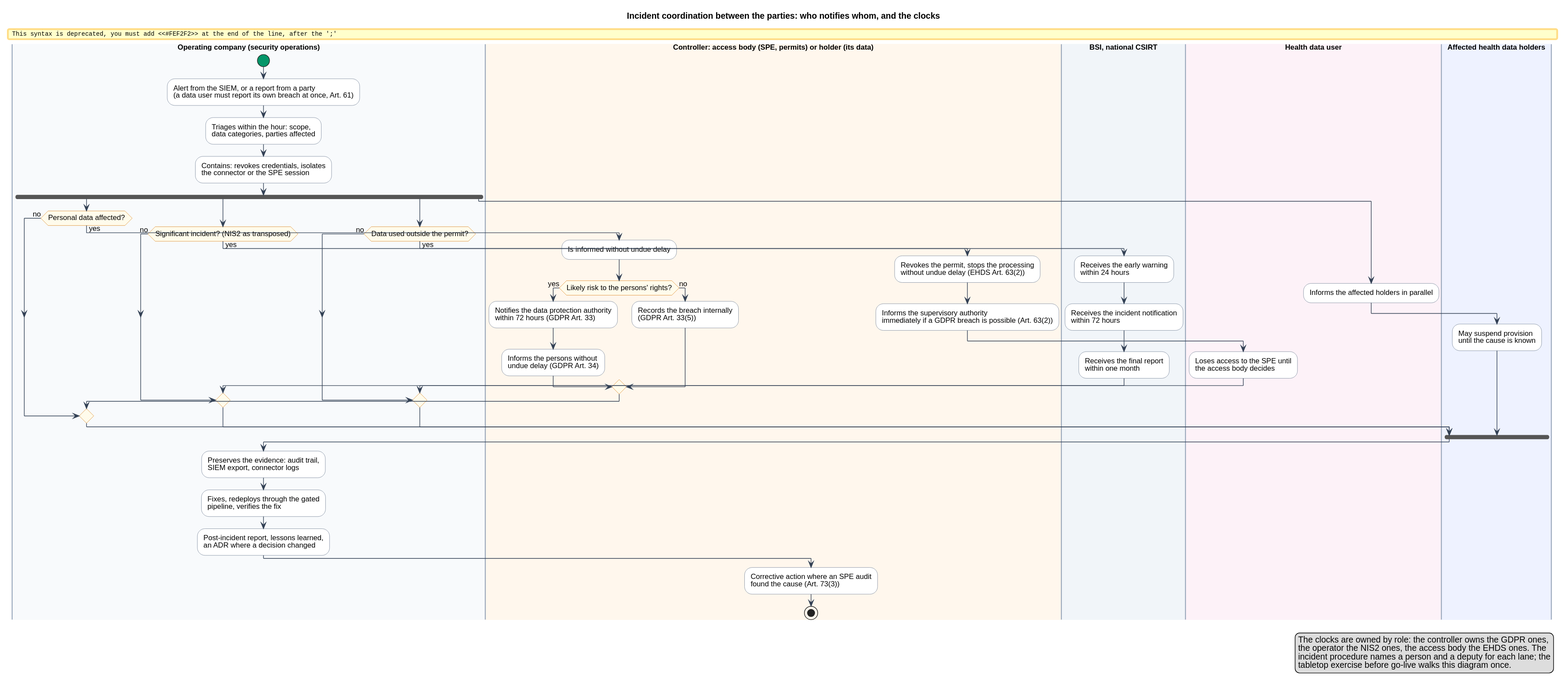
Before: docs/security/img/ehds-incident-coordination.svg, a diagram exported from PlantUML (ma3u/MinimumViableHealthDataspacev2).
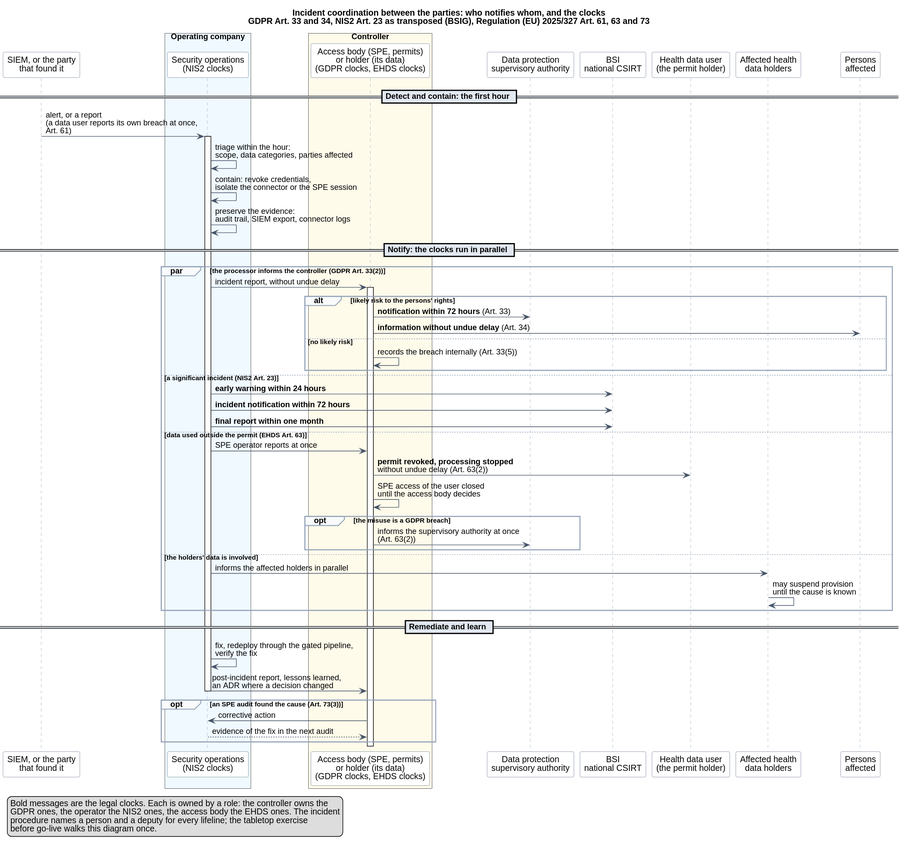
The same diagram one commit later.

Commit message:
docs(security): the incident coordination as a sequence, with the clocks on the messages (#675)

Diff of the diagram source:
```diff
@@ -1,89 +1,79 @@
 @startuml
-title Incident coordination between the parties: who notifies whom, and the clocks
+title Incident coordination between the parties: who notifies whom, and the clocks\nGDPR Art. 33 and 34, NIS2 Art. 23 as transposed (BSIG), Regulation (EU) 2025/327 Art. 61, 63 and 73
+skinparam defaultFontName Helvetica
+skinparam shadowing false
+skinparam sequenceMessageAlign left
+skinparam maxMessageSize 260
+skinparam sequence {
+  ArrowColor #475569
+  LifeLineBorderColor #94A3B8
+  ParticipantBorderColor #64748B
+  ParticipantBackgroundColor #FFFFFF
+  GroupBorderColor #94A3B8
+  GroupBackgroundColor #F8FAFC
+  DividerBackgroundColor #E2E8F0
+}
 
-skinparam shadowing false
-skinparam defaultFontName Helvetica
-skinparam defaultFontSize 12
-skinparam ActivityBackgroundColor #FFFFFF
-skinparam ActivityBorderColor #64748B
-skinparam ActivityDiamondBackgroundColor #FFFBEB
-skinparam ActivityDiamondBorderColor #D97706
-skinparam ActivityStartColor #059669
-skinparam ActivityEndColor #059669
-skinparam ArrowColor #334155
-skinparam SwimlaneTitleFontStyle bold
-skinparam SwimlaneBorderColor #94A3B8
+participant "SIEM, or the party\nthat found it" as SRC
+box "Operating company" #F0F9FF
+  participant "Security operations\n(NIS2 clocks)" as OPS
+end box
+box "Controller" #FFFBEB
+  participant "Access body (SPE, permits)\nor holder (its data)\n(GDPR clocks, EHDS clocks)" as CTRL
+end box
+participant "Data protection\nsupervisory authority" as DPA
+participant "BSI\nnational CSIRT" as CSIRT
+participant "Health data user\n(the permit holder)" as USER
+participant "Affected health\ndata holders" as HOLD
+participant "Persons\naffected" as PERS
 
-|#F8FAFC|Operating company (security operations)|
-start
-:Alert from the SIEM, or a report from a party
-(a data user must report its own breach at once, Art. 61);
-:Triages within the hour: scope,
-data categories, parties affected;
-:Contains: revokes credentials, isolates
-the connector or the SPE session;
-fork
-  if (Personal data affected?) then (yes)
-    |#FFF7ED|Controller: access body (SPE, permits) or holder (its data)|
-    :Is informed without undue delay;
-    if (Likely risk to the persons' rights?) then (yes)
-      #FEF2F2:Notifies the data protection authority
-      within 72 hours (GDPR Art. 33);
-      #FEF2F2:Informs the persons without
-      undue delay (GDPR Art. 34);
-    else (no)
-      :Records the breach internally
-      (GDPR Art. 33(5));
-    endif
-  else (no)
-  endif
-fork again
-  |Operating company (security operations)|
-  if (Significant incident? (NIS2 as transposed)) then (yes)
-    |#F1F5F9|BSI, national CSIRT|
-    #FEF2F2:Receives the early warning
-    within 24 hours;
-    #FEF2F2:Receives the incident notification
-    within 72 hours;
-    #FEF2F2:Receives the final report
-    within one month;
-  else (no)
-  endif
-fork again
-  |Operating company (security operations)|
-  if (Data used outside the permit?) then (yes)
-    |Controller: access body (SPE, permits) or holder (its data)|
-    #FEF2F2:Revokes the permit, stops the processing
-    without undue delay (EHDS Art. 63(2));
-    :Informs the supervisory authority
-    immediately if a GDPR breach is possible (Art. 63(2));
-    |#FDF2F8|Health data user|
-    :Loses access to the SPE until
-    the access body decides;
-  else (no)
-  endif
-fork again
-  :Informs the affected holders in parallel;
-  |#EEF2FF|Affected health data holders|
-  :May suspend provision
-  until the cause is known;
-end fork
-|Operating company (security operations)|
-:Preserves the evidence: audit trail,
-SIEM export, connector logs;
-:Fixes, redeploys through the gated
-pipeline, verifies the fix;
-:Post-incident report, lessons learned,
-an ADR where a decision changed;
-|Controller: access body (SPE, permits) or holder (its data)|
-:Corrective action where an SPE audit
-found the cause (Art. 73(3));
-stop
+== Detect and contain: the first hour ==
+SRC -> OPS : alert, or a report\n(a data user reports its own breach at once, Art. 61)
+activate OPS
+OPS -> OPS : triage within the hour:\nscope, data categories, parties affected
+OPS -> OPS : contain: revoke credentials,\nisolate the connector or the SPE session
+OPS -> OPS : preserve the evidence:\naudit trail, SIEM export, connector logs
 
-legend right
-  The clocks are owned by role: the controller owns the GDPR ones,
-  the operator the NIS2 ones, the access body the EHDS ones. The
-  incident procedure names a person and a deputy for each lane; the
-  tabletop exercise before go-live walks this diagram once.
+== Notify: the clocks run in parallel ==
+par the processor informs the controller (GDPR Art. 33(2))
+  OPS -> CTRL : incident report, without undue delay
+  activate CTRL
+  alt likely risk to the persons' rights
+    CTRL -> DPA : <b>notification within 72 hours</b> (Art. 33)
+    CTRL -> PERS : <b>information without undue delay</b> (Art. 34)
+  else no likely risk
+    CTRL -> CTRL : records the breach internally (Art. 33(5))
+  end
+else a significant incident (NIS2 Art. 23)
+  OPS -> CSIRT : <b>early warning within 24 hours</b>
+  OPS -> CSIRT : <b>incident notification within 72 hours</b>
+  OPS -> CSIRT : <b>final report within one month</b>
+else data used outside the permit (EHDS Art. 63)
+  OPS -> CTRL : SPE operator reports at once
+  CTRL -> USER : <b>permit revoked, processing stopped</b>\nwithout undue delay (Art. 63(2))
+  CTRL -> CTRL : SPE access of the user closed\nuntil the access body decides
+  opt the misuse is a GDPR breach
+    CTRL -> DPA : informs the supervisory authority at once (Art. 63(2))
+  end
+else the holders' data is involved
+  OPS -> HOLD : informs the affected holders in parallel
+  HOLD -> HOLD : may suspend provision\nuntil the cause is known
+end
+
+== Remediate and learn ==
+OPS -> OPS : fix, redeploy through the gated pipeline,\nverify the fix
+OPS -> CTRL : post-incident report, lessons learned,\nan ADR where a decision changed
+deactivate OPS
+opt an SPE audit found the cause (Art. 73(3))
+  CTRL -> OPS : corrective action
+  OPS --> CTRL : evidence of the fix in the next audit
+end
+deactivate CTRL
+
+legend bottom left
+  Bold messages are the legal clocks. Each is owned by a role: the controller owns the
+  GDPR ones, the operator the NIS2 ones, the access body the EHDS ones. The incident
+  procedure names a person and a deputy for every lifeline; the tabletop exercise
+  before go-live walks this diagram once.
 endlegend
 @enduml
```
